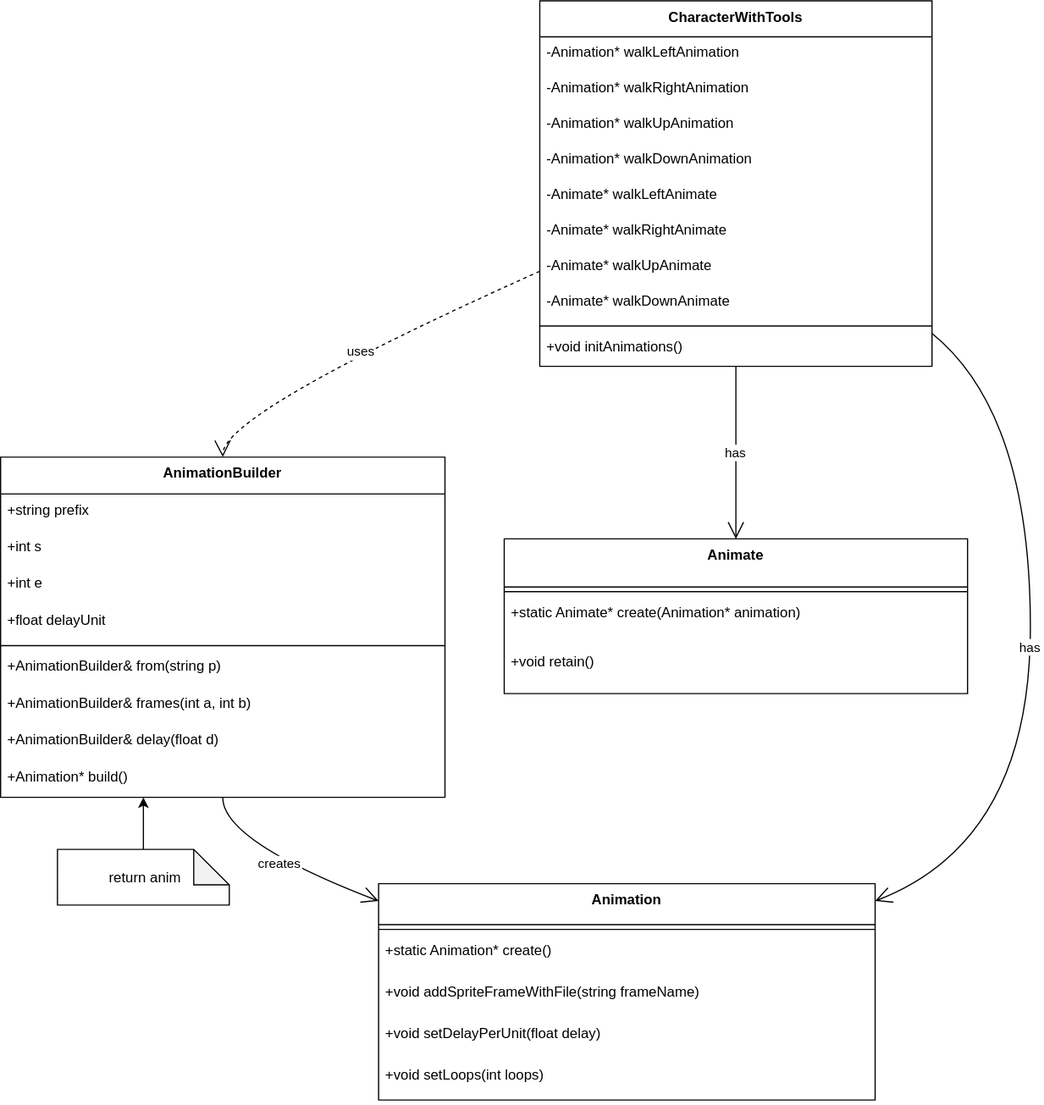
Alian-yy/Stardew_Valley_Refactored keeps this draw.io diagram as 文档/diagram/CharacterWithTools.svg. Above is the earlier version. Source tidied: cells renumbered, new cells last; positions are measured from the earlier drawing's top-left corner, leaving out a move shared by most shapes.
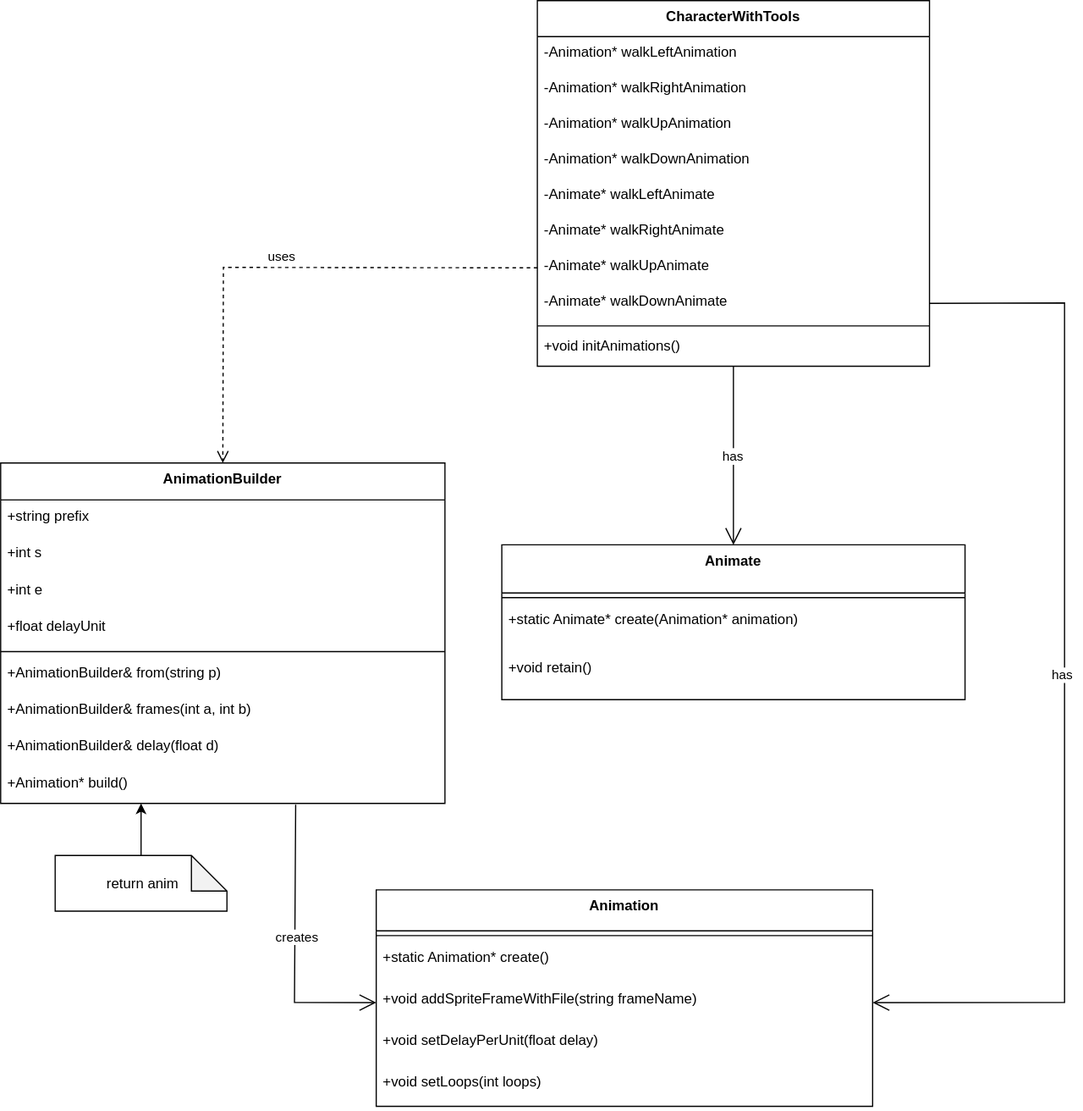
Later version of the same file.

Diff of the diagram source:
```diff
@@ -1,9 +1,9 @@
-<mxGraphModel background="#ffffff">
+<mxGraphModel>
   <root>
     <mxCell id="0" />
     <mxCell id="1" parent="0" />
     <mxCell id="2" value="AnimationBuilder" style="swimlane;fontStyle=1;align=center;verticalAlign=top;horizontal=1;startSize=31.11111111111111;whiteSpace=wrap;html=1;overflow=hidden;" parent="1" vertex="1">
-      <mxGeometry y="385" width="375" height="287.1" as="geometry" />
+      <mxGeometry x="2" y="385" width="375" height="287.1" as="geometry" />
     </mxCell>
     <mxCell id="3" value="+string prefix" style="text;strokeColor=none;fillColor=none;align=left;verticalAlign=top;spacingLeft=4;spacingRight=4;overflow=hidden;whiteSpace=wrap;html=1;" parent="2" vertex="1">
       <mxGeometry y="31.1" width="375" height="31" as="geometry" />
@@ -63,7 +63,7 @@
       <mxGeometry y="89.6" width="391" height="41" as="geometry" />
     </mxCell>
     <mxCell id="22" value="CharacterWithTools" style="swimlane;fontStyle=1;align=center;verticalAlign=top;horizontal=1;startSize=30.4;whiteSpace=wrap;html=1;overflow=hidden;" parent="1" vertex="1">
-      <mxGeometry x="455" width="331" height="308.4" as="geometry" />
+      <mxGeometry x="455" y="-5" width="331" height="308.4" as="geometry" />
     </mxCell>
     <mxCell id="23" value="-Animation* walkLeftAnimation" style="text;strokeColor=none;fillColor=none;align=left;verticalAlign=top;spacingLeft=4;spacingRight=4;overflow=hidden;whiteSpace=wrap;html=1;" parent="22" vertex="1">
       <mxGeometry y="30.4" width="331" height="30" as="geometry" />
@@ -95,28 +95,6 @@
     <mxCell id="32" value="+void initAnimations()" style="text;strokeColor=none;fillColor=none;align=left;verticalAlign=top;spacingLeft=4;spacingRight=4;overflow=hidden;whiteSpace=wrap;html=1;" parent="22" vertex="1">
       <mxGeometry y="278.4" width="331" height="30" as="geometry" />
     </mxCell>
-    <mxCell id="33" value="creates" style="curved=1;startArrow=none;endArrow=open;endSize=12;exitX=0.5;exitY=1;entryX=0;entryY=0.08;rounded=0;" parent="1" edge="1" source="2" target="12">
-      <mxGeometry relative="1" as="geometry">
-        <Array as="points">
-          <mxPoint x="187" y="709" />
-        </Array>
-      </mxGeometry>
-    </mxCell>
-    <mxCell id="34" value="uses" style="curved=1;dashed=1;startArrow=none;endArrow=open;endSize=12;exitX=0;exitY=0.74;entryX=0.5;entryY=0;rounded=0;" parent="1" edge="1" source="22" target="2">
-      <mxGeometry relative="1" as="geometry">
-        <Array as="points">
-          <mxPoint x="187" y="348" />
-        </Array>
-      </mxGeometry>
-    </mxCell>
-    <mxCell id="35" value="has" style="curved=1;startArrow=none;endArrow=open;endSize=12;exitX=1;exitY=0.91;entryX=1;entryY=0.08;rounded=0;" parent="1" edge="1" source="22" target="12">
-      <mxGeometry relative="1" as="geometry">
-        <Array as="points">
-          <mxPoint x="869" y="348" />
-          <mxPoint x="869" y="709" />
-        </Array>
-      </mxGeometry>
-    </mxCell>
     <mxCell id="36" value="has" style="curved=1;startArrow=none;endArrow=open;endSize=12;exitX=0.5;exitY=1;entryX=0.5;entryY=0;rounded=0;" parent="1" edge="1" source="22" target="18">
       <mxGeometry relative="1" as="geometry" />
     </mxCell>
@@ -131,5 +109,33 @@
     <mxCell id="38" value="&amp;nbsp;return anim" style="shape=note;whiteSpace=wrap;html=1;backgroundOutline=1;darkOpacity=0.05;" parent="1" vertex="1">
       <mxGeometry x="48" y="716" width="145" height="47" as="geometry" />
     </mxCell>
+    <mxCell id="34" value="uses" style="html=1;verticalAlign=bottom;endArrow=open;dashed=1;endSize=8;curved=0;rounded=0;exitX=0;exitY=0.5;exitDx=0;exitDy=0;entryX=0.5;entryY=0;entryDx=0;entryDy=0;" parent="1" edge="1" source="29" target="2">
+      <mxGeometry relative="1" as="geometry">
+        <Array as="points">
+          <mxPoint x="190" y="220" />
+        </Array>
+      </mxGeometry>
+    </mxCell>
+    <mxCell id="39" style="endArrow=open;endFill=1;endSize=12;html=1;rounded=0;exitX=0.664;exitY=1.032;exitDx=0;exitDy=0;exitPerimeter=0;entryX=0;entryY=0.5;entryDx=0;entryDy=0;" parent="1" edge="1" source="11" target="15">
+      <mxGeometry relative="1" as="geometry">
+        <Array as="points">
+          <mxPoint x="250" y="840" />
+        </Array>
+      </mxGeometry>
+    </mxCell>
+    <mxCell id="33" value="creates" style="edgeLabel;html=1;align=center;verticalAlign=middle;" parent="39" vertex="1">
+      <mxGeometry x="-0.07" y="1" relative="1" as="geometry" />
+    </mxCell>
+    <mxCell id="40" style="endArrow=open;endFill=1;endSize=12;html=1;rounded=0;exitX=1;exitY=0.5;exitDx=0;exitDy=0;entryX=1;entryY=0.5;entryDx=0;entryDy=0;" parent="1" edge="1" source="30" target="15">
+      <mxGeometry relative="1" as="geometry">
+        <Array as="points">
+          <mxPoint x="900" y="250" />
+          <mxPoint x="900" y="840" />
+        </Array>
+      </mxGeometry>
+    </mxCell>
+    <mxCell id="35" value="has" style="edgeLabel;html=1;align=center;verticalAlign=middle;" parent="40" vertex="1">
+      <mxGeometry x="-0.02" y="-3" relative="1" as="geometry" />
+    </mxCell>
   </root>
 </mxGraphModel>
```
